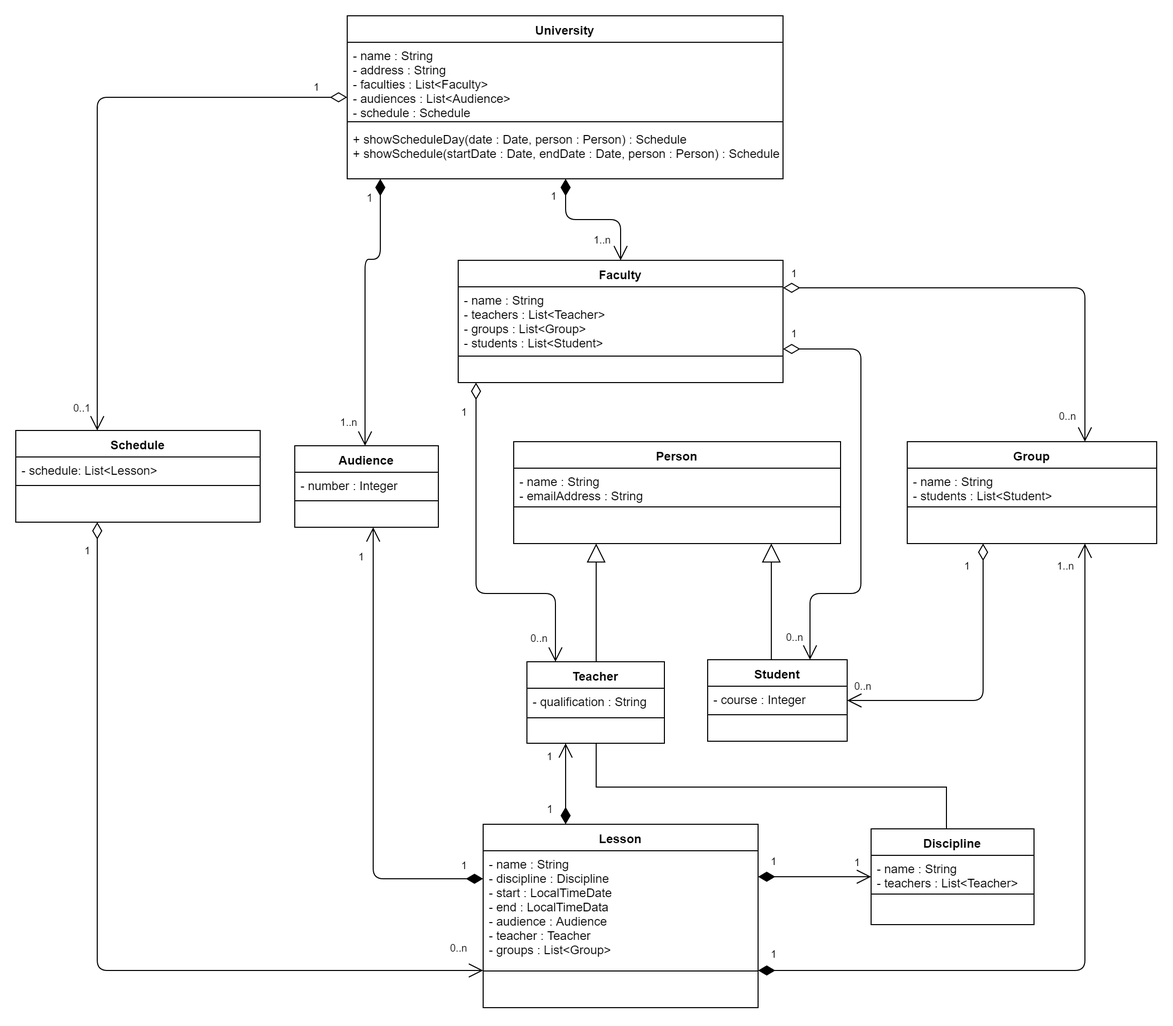
Above: University.png in MaxValencio/university (draw.io), before the change. Source tidied: cells renumbered, new cells last; positions are measured from the earlier drawing's top-left corner, leaving out a move shared by most shapes.
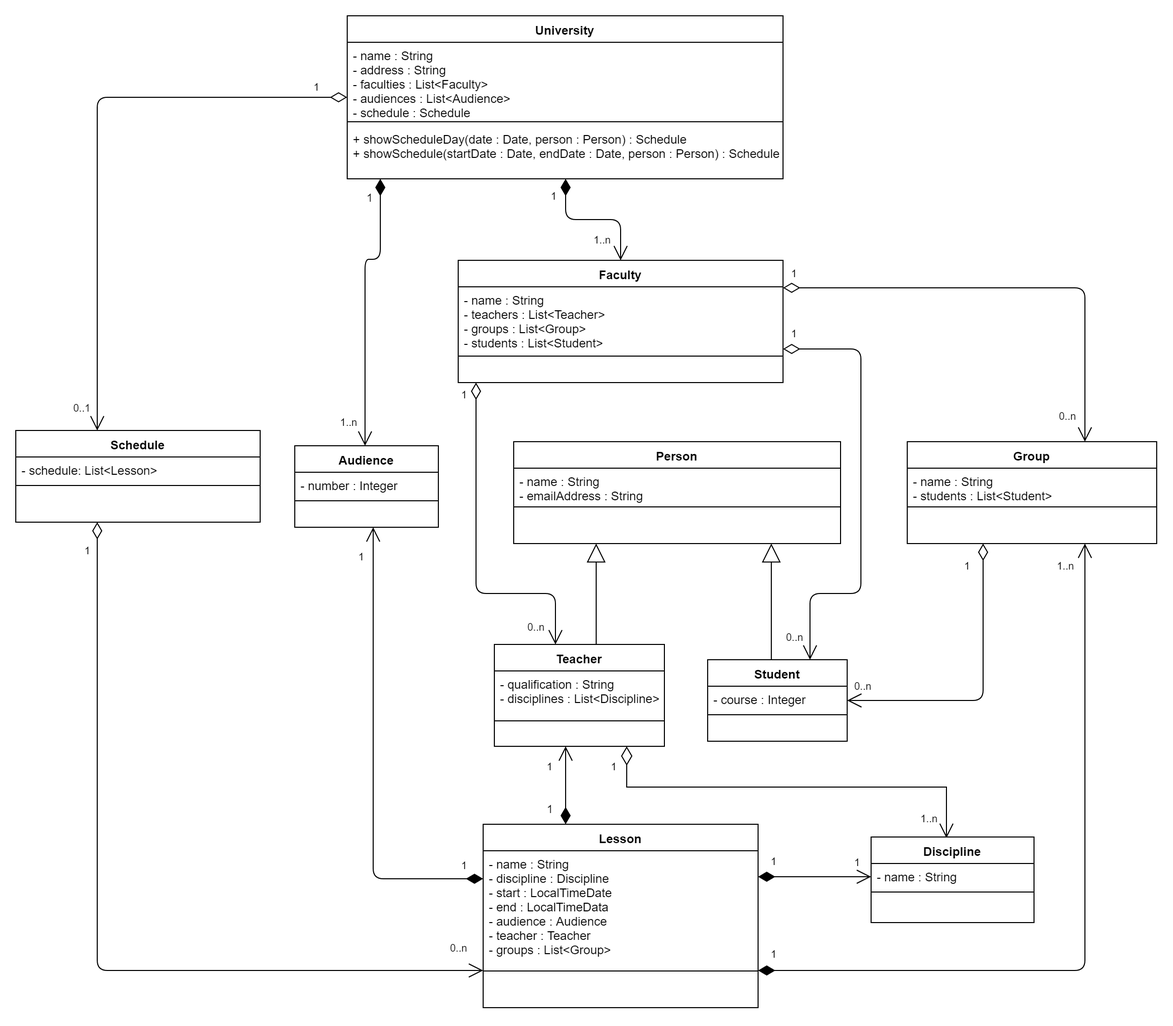
Later version of the same file.

The edit, as a diff of the source:
```diff
@@ -62,25 +62,25 @@
     <mxCell id="21" value=" &#10;" style="text;strokeColor=none;fillColor=none;align=left;verticalAlign=top;spacingLeft=4;spacingRight=4;overflow=hidden;" parent="18" vertex="1">
       <mxGeometry y="148" width="270" height="32" as="geometry" />
     </mxCell>
-    <mxCell id="22" style="edgeStyle=orthogonalEdgeStyle;rounded=0;jettySize=auto;html=1;entryX=0.463;entryY=0.011;entryDx=0;entryDy=0;entryPerimeter=0;endArrow=none;endFill=0;" parent="1" edge="1" source="23" target="76">
+    <mxCell id="22" style="edgeStyle=orthogonalEdgeStyle;rounded=0;jettySize=auto;html=1;entryX=0.463;entryY=0.011;entryDx=0;entryDy=0;entryPerimeter=0;endArrow=open;endFill=0;startArrow=diamondThin;startFill=0;endSize=12;startSize=16;" parent="1" edge="1" source="23" target="76">
       <mxGeometry relative="1" as="geometry">
         <Array as="points">
-          <mxPoint x="570" y="757" />
+          <mxPoint x="600" y="757" />
           <mxPoint x="914" y="757" />
         </Array>
       </mxGeometry>
     </mxCell>
     <mxCell id="23" value="Teacher" style="swimlane;fontStyle=1;align=center;verticalAlign=top;horizontal=1;startSize=26;" parent="1" vertex="1">
-      <mxGeometry x="502" y="634" width="135" height="80" as="geometry" />
+      <mxGeometry x="470" y="617" width="167" height="100" as="geometry" />
     </mxCell>
-    <mxCell id="24" value="- qualification : String" style="text;strokeColor=none;fillColor=none;align=left;verticalAlign=top;spacingLeft=4;spacingRight=4;overflow=hidden;" parent="23" vertex="1">
-      <mxGeometry y="26" width="135" height="24" as="geometry" />
+    <mxCell id="24" value="- qualification : String&#10;- disciplines : List&lt;Discipline&gt;&#10;" style="text;strokeColor=none;fillColor=none;align=left;verticalAlign=top;spacingLeft=4;spacingRight=4;overflow=hidden;" parent="23" vertex="1">
+      <mxGeometry y="26" width="167" height="44" as="geometry" />
     </mxCell>
     <mxCell id="25" style="line;strokeWidth=1;fillColor=none;align=left;verticalAlign=middle;spacingTop=-1;spacingLeft=3;spacingRight=3;labelPosition=right;" parent="23" vertex="1">
-      <mxGeometry y="50" width="135" height="10" as="geometry" />
+      <mxGeometry y="70" width="167" height="10" as="geometry" />
     </mxCell>
     <mxCell id="26" value=" " style="text;strokeColor=none;fillColor=none;align=left;verticalAlign=top;spacingLeft=4;spacingRight=4;overflow=hidden;" parent="23" vertex="1">
-      <mxGeometry y="60" width="135" height="20" as="geometry" />
+      <mxGeometry y="80" width="167" height="20" as="geometry" />
     </mxCell>
     <mxCell id="27" value="Student" style="swimlane;fontStyle=1;align=center;verticalAlign=top;horizontal=1;startSize=26;" parent="1" vertex="1">
       <mxGeometry x="679.5" y="632" width="137" height="80" as="geometry" />
@@ -232,7 +232,7 @@
     </mxCell>
     <mxCell id="57" value="1" style="html=1;align=right;verticalAlign=top;labelBackgroundColor=#ffffff;fontSize=10;" parent="55" vertex="1">
       <mxGeometry x="1" relative="1" as="geometry">
-        <mxPoint x="-520" y="295.5" as="offset" />
+        <mxPoint x="-520" y="305.5" as="offset" />
       </mxGeometry>
     </mxCell>
     <mxCell id="58" style="endArrow=open;html=1;endSize=12;startArrow=diamondThin;startSize=14;startFill=0;edgeStyle=orthogonalEdgeStyle;" parent="1" edge="1" source="2" target="23">
@@ -245,7 +245,7 @@
     </mxCell>
     <mxCell id="59" value="0..n" style="html=1;align=left;verticalAlign=top;labelBackgroundColor=#ffffff;fontSize=10;" parent="58" vertex="1">
       <mxGeometry x="-1" relative="1" as="geometry">
-        <mxPoint x="51" y="237.5" as="offset" />
+        <mxPoint x="48" y="227" as="offset" />
       </mxGeometry>
     </mxCell>
     <mxCell id="60" value="1" style="html=1;align=right;verticalAlign=top;labelBackgroundColor=#ffffff;fontSize=10;" parent="58" vertex="1">
@@ -336,16 +336,26 @@
       </mxGeometry>
     </mxCell>
     <mxCell id="76" value="Discipline" style="swimlane;fontStyle=1;align=center;verticalAlign=top;horizontal=1;startSize=26;" parent="1" vertex="1">
-      <mxGeometry x="840" y="798" width="160" height="94" as="geometry" />
+      <mxGeometry x="840" y="806" width="160" height="84" as="geometry" />
     </mxCell>
-    <mxCell id="77" value="- name : String&#10;- teachers : List&lt;Teacher&gt;&#10;" style="text;strokeColor=none;fillColor=none;align=left;verticalAlign=top;spacingLeft=4;spacingRight=4;overflow=hidden;" parent="76" vertex="1">
-      <mxGeometry y="26" width="160" height="34" as="geometry" />
+    <mxCell id="77" value="- name : String&#10;" style="text;strokeColor=none;fillColor=none;align=left;verticalAlign=top;spacingLeft=4;spacingRight=4;overflow=hidden;" parent="76" vertex="1">
+      <mxGeometry y="26" width="160" height="24" as="geometry" />
     </mxCell>
     <mxCell id="78" style="line;strokeWidth=1;fillColor=none;align=left;verticalAlign=middle;spacingTop=-1;spacingLeft=3;spacingRight=3;labelPosition=right;" parent="76" vertex="1">
-      <mxGeometry y="60" width="160" height="8" as="geometry" />
+      <mxGeometry y="50" width="160" height="8" as="geometry" />
     </mxCell>
     <mxCell id="79" value=" " style="text;strokeColor=none;fillColor=none;align=left;verticalAlign=top;spacingLeft=4;spacingRight=4;overflow=hidden;" parent="76" vertex="1">
-      <mxGeometry y="68" width="160" height="26" as="geometry" />
+      <mxGeometry y="58" width="160" height="26" as="geometry" />
     </mxCell>
+    <mxCell id="80" value="1..n" style="html=1;align=left;verticalAlign=top;labelBackgroundColor=#ffffff;fontSize=10;" parent="1" vertex="1">
+      <mxGeometry x="-1" relative="1" as="geometry">
+        <mxPoint x="926" y="888" as="offset" />
+      </mxGeometry>
+    </mxCell>
+    <mxCell id="81" value="1" style="html=1;align=right;verticalAlign=top;labelBackgroundColor=#ffffff;fontSize=10;" parent="1" vertex="1">
+      <mxGeometry x="1" relative="1" as="geometry">
+        <mxPoint x="633" y="837" as="offset" />
+      </mxGeometry>
+    </mxCell>
   </root>
 </mxGraphModel>
```
